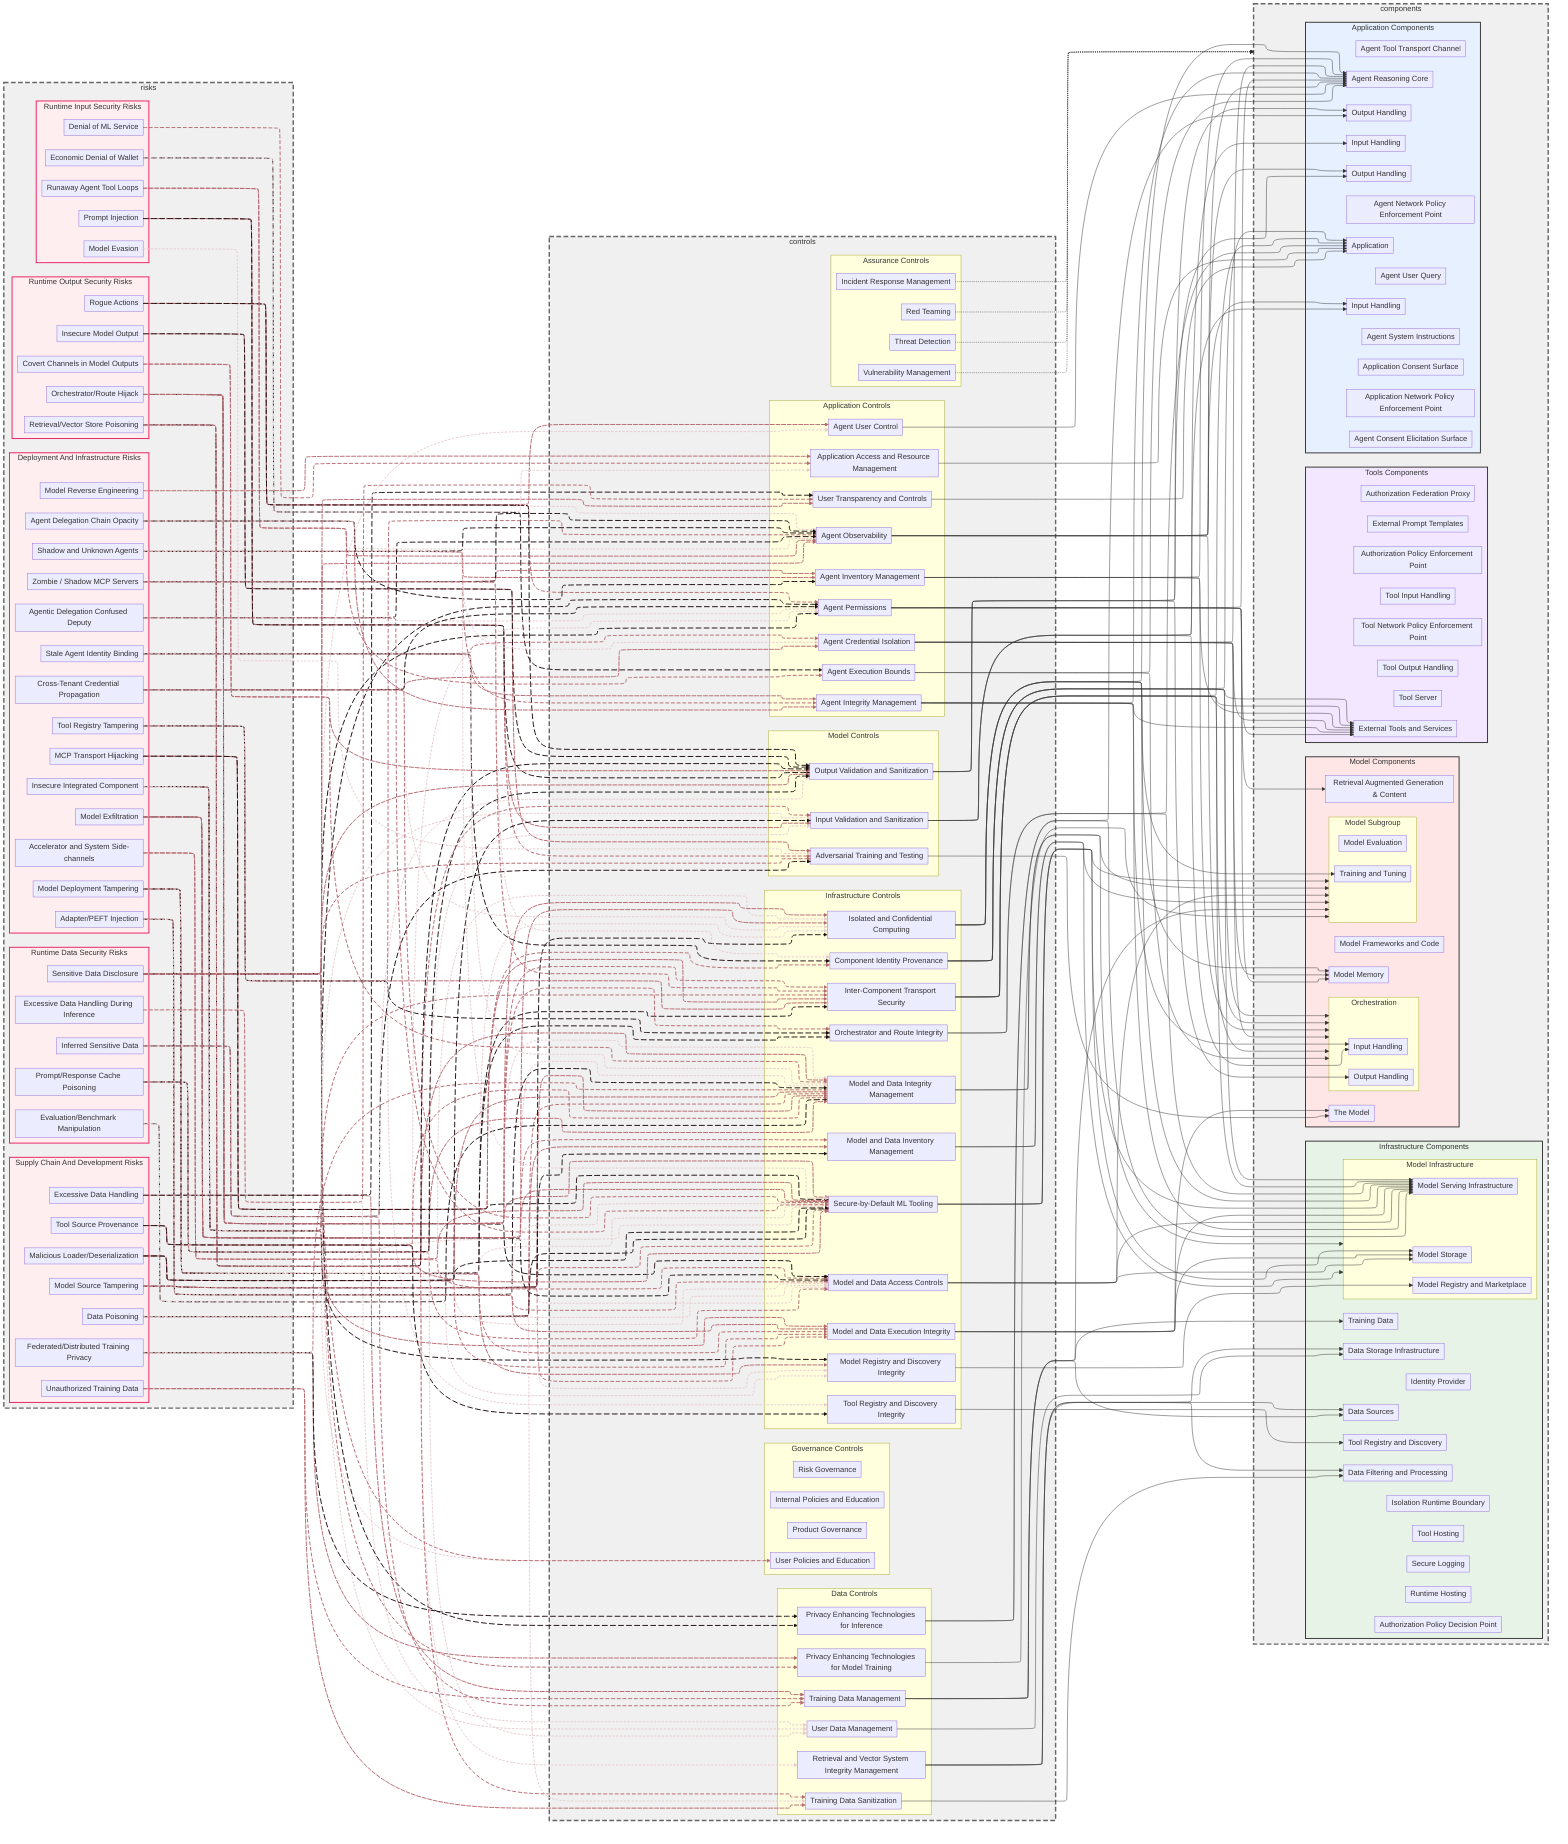
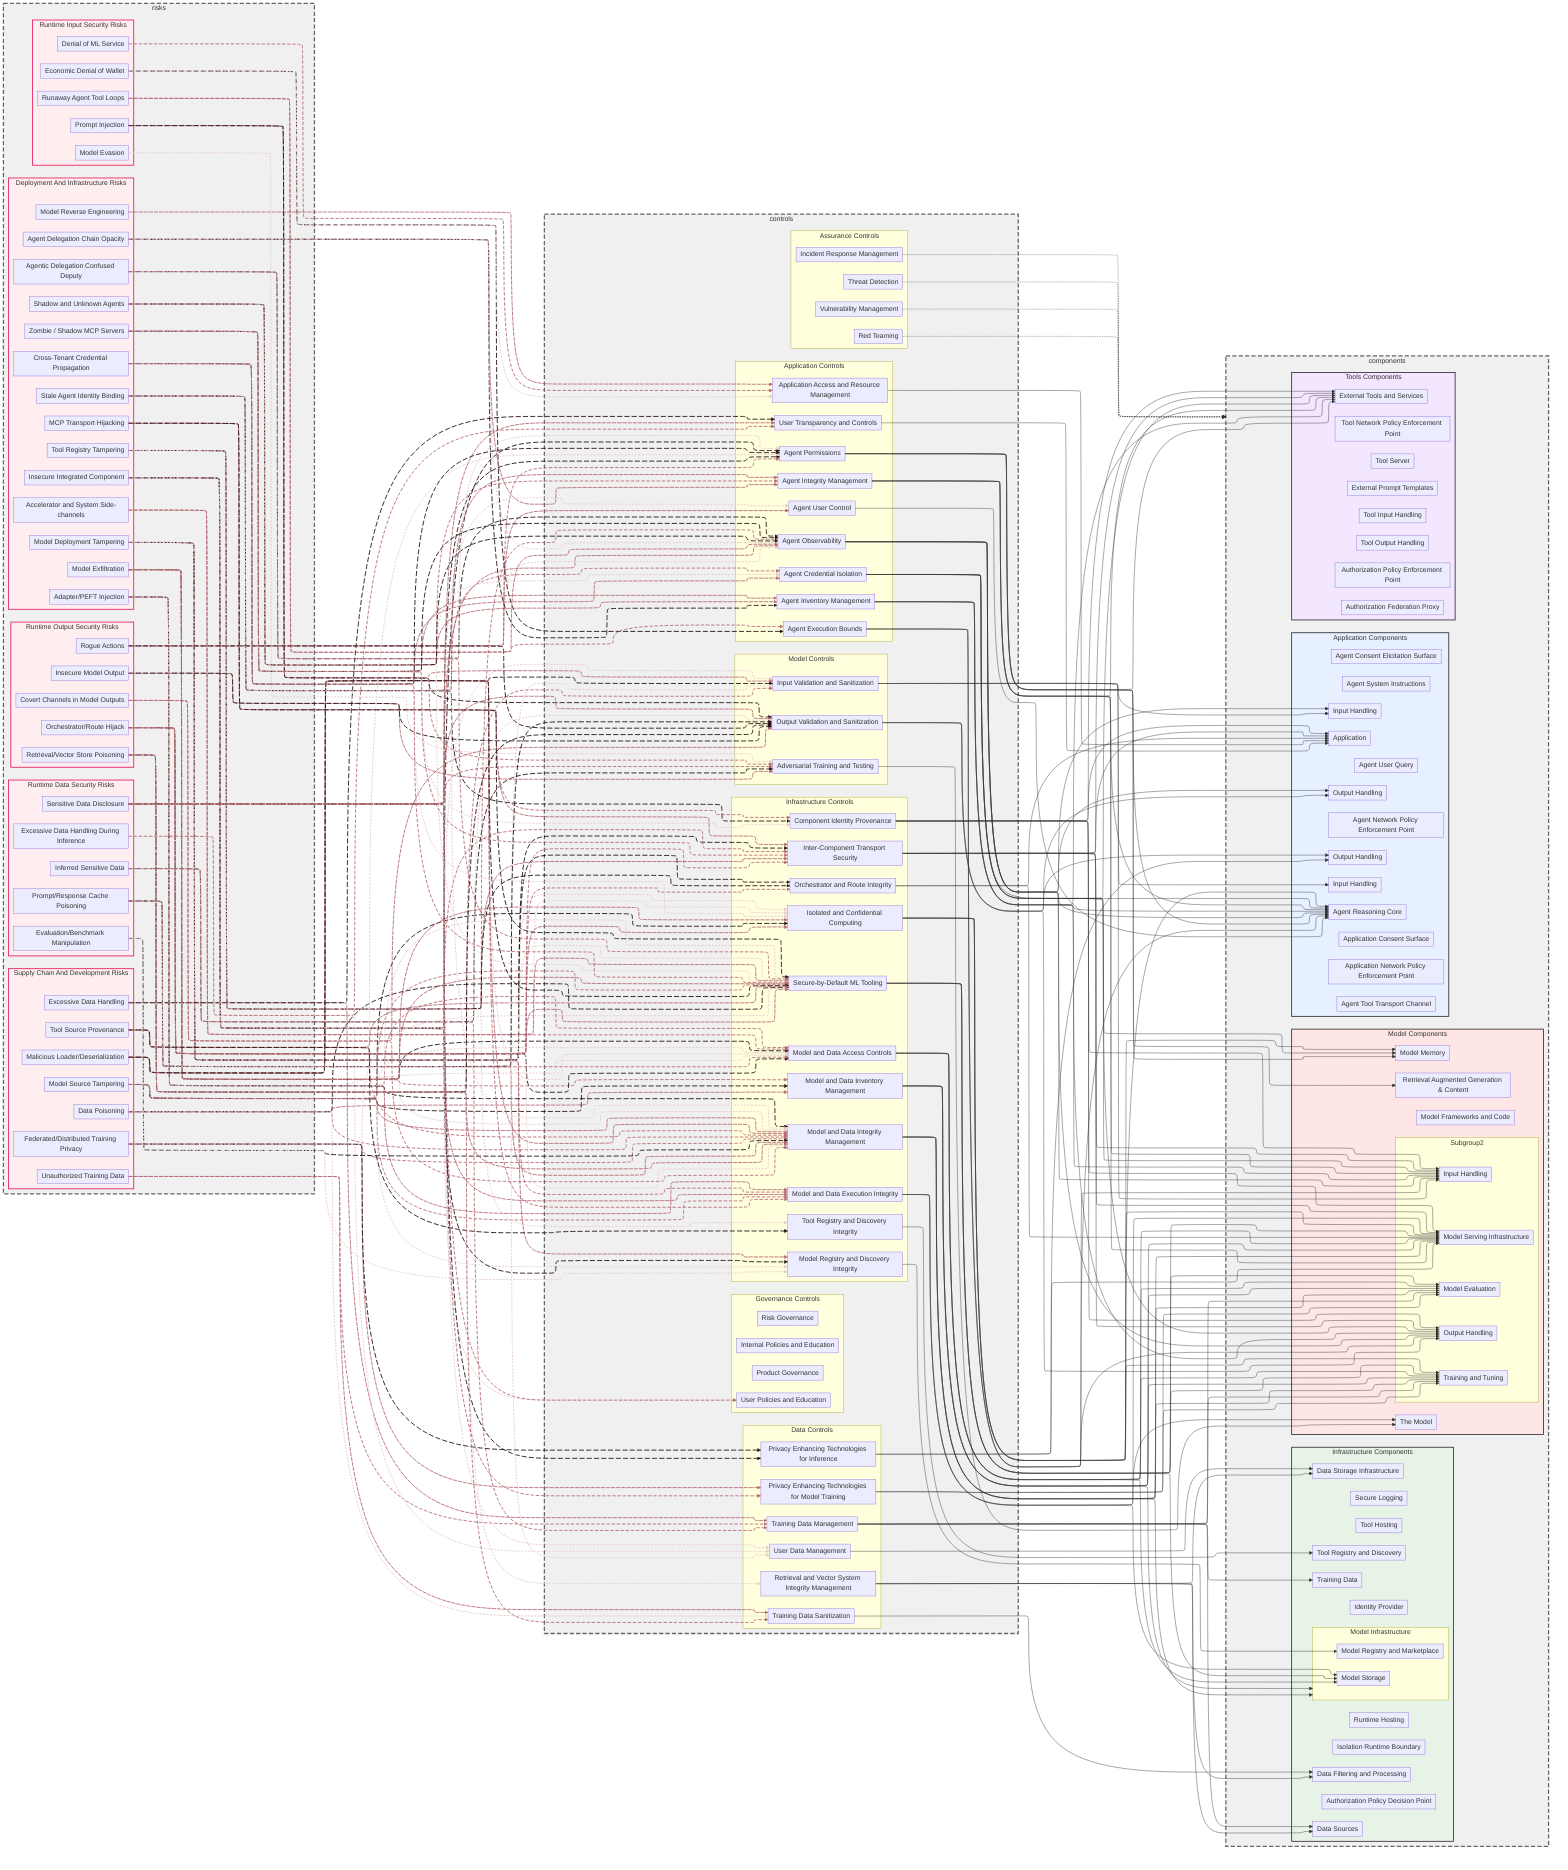
---
config:
  layout: elk
  elk:
    mergeEdges: True
    nodePlacementStrategy: NETWORK_SIMPLEX
---

graph LR
   %%{init: {'flowchart': {'nodeSpacing': 30, 'rankSpacing': 40, 'padding': 5, 'wrappingWidth': 250}}}%%
    classDef hidden display: none;
    classDef allControl stroke:#4285f4,stroke-width:2px,stroke-dasharray: 5 5

    subgraph risks
    subgraph risksSupplyChainAndDevelopment ["Supply Chain And Development Risks"]
        riskDataPoisoning[Data Poisoning]
        riskExcessiveDataHandling[Excessive Data Handling]
        riskFederatedDistributedTrainingPrivacy[Federated/Distributed Training Privacy]
        riskMaliciousLoaderDeserialization[Malicious Loader/Deserialization]
        riskModelSourceTampering[Model Source Tampering]
        riskToolSourceProvenance[Tool Source Provenance]
        riskUnauthorizedTrainingData[Unauthorized Training Data]
    end

    subgraph risksRuntimeDataSecurity ["Runtime Data Security Risks"]
        riskEvaluationBenchmarkManipulation[Evaluation/Benchmark Manipulation]
        riskExcessiveDataHandlingDuringInference[Excessive Data Handling During Inference]
        riskInferredSensitiveData[Inferred Sensitive Data]
        riskPromptResponseCachePoisoning[Prompt/Response Cache Poisoning]
        riskSensitiveDataDisclosure[Sensitive Data Disclosure]
    end

    subgraph risksDeploymentAndInfrastructure ["Deployment And Infrastructure Risks"]
        riskAcceleratorAndSystemSideChannels[Accelerator and System Side-channels]
        riskAdapterPEFTInjection[Adapter/PEFT Injection]
        riskAgentDelegationChainOpacity[Agent Delegation Chain Opacity]
        riskAgenticDelegationConfusedDeputy[Agentic Delegation Confused Deputy]
        riskCrossTenantCredentialPropagation[Cross-Tenant Credential Propagation]
        riskInsecureIntegratedComponent[Insecure Integrated Component]
        riskMCPTransportHijacking[MCP Transport Hijacking]
        riskModelDeploymentTampering[Model Deployment Tampering]
        riskModelExfiltration[Model Exfiltration]
        riskModelReverseEngineering[Model Reverse Engineering]
        riskShadowAndUnknownAgents[Shadow and Unknown Agents]
        riskStaleAgentIdentityBinding[Stale Agent Identity Binding]
        riskToolRegistryTampering[Tool Registry Tampering]
        riskZombieShadowMCPServers[Zombie / Shadow MCP Servers]
    end

    subgraph risksRuntimeInputSecurity ["Runtime Input Security Risks"]
        riskDenialOfMLService[Denial of ML Service]
        riskEconomicDenialOfWallet[Economic Denial of Wallet]
        riskModelEvasion[Model Evasion]
        riskPromptInjection[Prompt Injection]
        riskRunawayAgentToolLoops[Runaway Agent Tool Loops]
    end

    subgraph risksRuntimeOutputSecurity ["Runtime Output Security Risks"]
        riskCovertChannelsInModelOutputs[Covert Channels in Model Outputs]
        riskInsecureModelOutput[Insecure Model Output]
        riskOrchestratorRouteHijacking[Orchestrator/Route Hijack]
        riskRetrievalVectorStorePoisoning[Retrieval/Vector Store Poisoning]
        riskRogueActions[Rogue Actions]
    end

    end

    subgraph controls
    subgraph controlsData ["Data Controls"]
        controlModelPrivacyEnhancingTechnologies[Privacy Enhancing Technologies for Model Training]
        controlRetrievalAndVectorSystemIntegrity[Retrieval and Vector System Integrity Management]
        controlRuntimePrivacyEnhancingTechnologies[Privacy Enhancing Technologies for Inference]
        controlTrainingDataManagement[Training Data Management]
        controlTrainingDataSanitization[Training Data Sanitization]
        controlUserDataManagement[User Data Management]
    end

    subgraph controlsInfrastructure ["Infrastructure Controls"]
        controlComponentIdentityProvenance[Component Identity Provenance]
        controlInterComponentTransportSecurity[Inter-Component Transport Security]
        controlIsolatedConfidentialComputing[Isolated and Confidential Computing]
        controlModelAndDataAccessControls[Model and Data Access Controls]
        controlModelAndDataExecutionIntegrity[Model and Data Execution Integrity]
        controlModelAndDataIntegrityManagement[Model and Data Integrity Management]
        controlModelAndDataInventoryManagement[Model and Data Inventory Management]
        controlModelRegistryIntegrity[Model Registry and Discovery Integrity]
        controlOrchestratorAndRouteIntegrity[Orchestrator and Route Integrity]
        controlSecureByDefaultMLTooling[Secure-by-Default ML Tooling]
        controlToolRegistryAndDiscoveryIntegrity[Tool Registry and Discovery Integrity]
    end

    subgraph controlsModel ["Model Controls"]
        controlAdversarialTrainingAndTesting[Adversarial Training and Testing]
        controlInputValidationAndSanitization[Input Validation and Sanitization]
        controlOutputValidationAndSanitization[Output Validation and Sanitization]
    end

    subgraph controlsApplication ["Application Controls"]
        controlAgentCredentialIsolation[Agent Credential Isolation]
        controlAgentExecutionBounds[Agent Execution Bounds]
        controlAgentIntegrityManagement[Agent Integrity Management]
        controlAgentInventoryManagement[Agent Inventory Management]
        controlAgentObservability[Agent Observability]
        controlAgentPluginPermissions[Agent Permissions]
        controlAgentPluginUserControl[Agent User Control]
        controlApplicationAccessManagement[Application Access and Resource Management]
        controlUserTransparencyAndControls[User Transparency and Controls]
    end

    subgraph controlsAssurance ["Assurance Controls"]
        controlIncidentResponseManagement[Incident Response Management]
        controlRedTeaming[Red Teaming]
        controlThreatDetection[Threat Detection]
        controlVulnerabilityManagement[Vulnerability Management]
    end

    subgraph controlsGovernance ["Governance Controls"]
        direction LR
        controlInternalPoliciesAndEducation[Internal Policies and Education]
        controlProductGovernance[Product Governance]
        controlRiskGovernance[Risk Governance]
        controlUserPoliciesAndEducation[User Policies and Education]
    end

    end

    subgraph components
    subgraph componentsInfrastructure ["Infrastructure Components"]
        componentAuthorizationPolicyDecisionPoint[Authorization Policy Decision Point]
        componentDataFilteringAndProcessing[Data Filtering and Processing]
        componentDataSources[Data Sources]
        componentDataStorage[Data Storage Infrastructure]
        componentIdentityProvider[Identity Provider]
        componentIsolationRuntime[Isolation Runtime Boundary]
        componentRuntimeHosting[Runtime Hosting]
        componentSecureLogging[Secure Logging]
        componentToolHosting[Tool Hosting]
        componentToolRegistry[Tool Registry and Discovery]
        componentTrainingData[Training Data]
        subgraph componentsModelInfrastructure ["Model Infrastructure"]
            componentModelRegistry[Model Registry and Marketplace]
-             componentModelServing[Model Serving Infrastructure]
            componentModelStorage[Model Storage]
        end
    end

    subgraph componentsModel ["Model Components"]
        componentMemory[Model Memory]
        componentModelFrameworksAndCode[Model Frameworks and Code]
        componentRAGContent[Retrieval Augmented Generation & Content]
        componentTheModel[The Model]
-         subgraph componentsModelSubgroup ["Model Subgroup"]
+         subgraph componentsSubgroup2 ["Subgroup2"]
            componentModelEvaluation[Model Evaluation]
+             componentModelServing[Model Serving Infrastructure]
            componentModelTrainingTuning[Training and Tuning]
-         end
-         subgraph componentsOrchestration ["Orchestration"]
            componentOrchestrationInputHandling[Input Handling]
            componentOrchestrationOutputHandling[Output Handling]
        end
    end

    subgraph componentsApplication ["Application Components"]
        componentAgentConsentSurface[Agent Consent Elicitation Surface]
        componentAgentInputHandling[Input Handling]
        componentAgentNetworkPolicyEnforcementPoint[Agent Network Policy Enforcement Point]
        componentAgentOutputHandling[Output Handling]
        componentAgentSystemInstruction[Agent System Instructions]
        componentAgentToolTransport[Agent Tool Transport Channel]
        componentAgentUserQuery[Agent User Query]
        componentApplication[Application]
        componentApplicationConsentSurface[Application Consent Surface]
        componentApplicationInputHandling[Input Handling]
        componentApplicationNetworkPolicyEnforcementPoint[Application Network Policy Enforcement Point]
        componentApplicationOutputHandling[Output Handling]
        componentReasoningCore[Agent Reasoning Core]
    end

    subgraph componentsTools ["Tools Components"]
        componentAuthorizationPolicyEnforcementPoint[Authorization Policy Enforcement Point]
        componentExternalPromptTemplate[External Prompt Templates]
        componentFederationProxy[Authorization Federation Proxy]
        componentToolInputHandling[Tool Input Handling]
        componentToolNetworkPolicyEnforcementPoint[Tool Network Policy Enforcement Point]
        componentToolOutputHandling[Tool Output Handling]
        componentToolServer[Tool Server]
        componentTools[External Tools and Services]
    end

    end

    %% Risk to Control relationships
    riskDataPoisoning --> controlModelAndDataAccessControls
    riskDataPoisoning --> controlModelAndDataIntegrityManagement
    riskDataPoisoning --> controlModelAndDataInventoryManagement
    riskDataPoisoning --> controlSecureByDefaultMLTooling
    riskDataPoisoning --> controlTrainingDataSanitization
    riskUnauthorizedTrainingData --> controlTrainingDataManagement
    riskUnauthorizedTrainingData --> controlTrainingDataSanitization
    riskModelSourceTampering --> controlIsolatedConfidentialComputing
    riskModelSourceTampering --> controlModelAndDataAccessControls
    riskModelSourceTampering --> controlModelAndDataExecutionIntegrity
    riskModelSourceTampering --> controlModelAndDataIntegrityManagement
    riskModelSourceTampering --> controlModelAndDataInventoryManagement
    riskModelSourceTampering --> controlModelRegistryIntegrity
    riskModelSourceTampering --> controlSecureByDefaultMLTooling
    riskExcessiveDataHandling --> controlTrainingDataManagement
    riskExcessiveDataHandling --> controlUserTransparencyAndControls
    riskExcessiveDataHandlingDuringInference --> controlUserDataManagement
    riskExcessiveDataHandlingDuringInference --> controlUserTransparencyAndControls
    riskModelExfiltration --> controlIsolatedConfidentialComputing
    riskModelExfiltration --> controlModelAndDataAccessControls
    riskModelExfiltration --> controlModelAndDataIntegrityManagement
    riskModelExfiltration --> controlModelAndDataInventoryManagement
    riskModelExfiltration --> controlSecureByDefaultMLTooling
    riskModelDeploymentTampering --> controlInterComponentTransportSecurity
    riskModelDeploymentTampering --> controlIsolatedConfidentialComputing
    riskModelDeploymentTampering --> controlModelAndDataExecutionIntegrity
    riskModelDeploymentTampering --> controlModelRegistryIntegrity
    riskModelDeploymentTampering --> controlOrchestratorAndRouteIntegrity
    riskModelDeploymentTampering --> controlSecureByDefaultMLTooling
    riskDenialOfMLService --> controlApplicationAccessManagement
    riskModelReverseEngineering --> controlApplicationAccessManagement
    riskInsecureIntegratedComponent --> controlAgentPluginPermissions
    riskInsecureIntegratedComponent --> controlInputValidationAndSanitization
    riskInsecureIntegratedComponent --> controlInterComponentTransportSecurity
    riskInsecureIntegratedComponent --> controlModelAndDataExecutionIntegrity
    riskInsecureIntegratedComponent --> controlModelRegistryIntegrity
    riskInsecureIntegratedComponent --> controlUserPoliciesAndEducation
    riskPromptInjection --> controlAdversarialTrainingAndTesting
    riskPromptInjection --> controlInputValidationAndSanitization
    riskPromptInjection --> controlOutputValidationAndSanitization
    riskModelEvasion --> controlAdversarialTrainingAndTesting
    riskSensitiveDataDisclosure --> controlAdversarialTrainingAndTesting
    riskSensitiveDataDisclosure --> controlAgentObservability
    riskSensitiveDataDisclosure --> controlAgentPluginPermissions
    riskSensitiveDataDisclosure --> controlAgentPluginUserControl
    riskSensitiveDataDisclosure --> controlModelPrivacyEnhancingTechnologies
    riskSensitiveDataDisclosure --> controlOutputValidationAndSanitization
    riskSensitiveDataDisclosure --> controlRuntimePrivacyEnhancingTechnologies
    riskSensitiveDataDisclosure --> controlUserDataManagement
    riskSensitiveDataDisclosure --> controlUserPoliciesAndEducation
    riskSensitiveDataDisclosure --> controlUserTransparencyAndControls
    riskInferredSensitiveData --> controlAdversarialTrainingAndTesting
    riskInferredSensitiveData --> controlOutputValidationAndSanitization
    riskInferredSensitiveData --> controlTrainingDataManagement
    riskInsecureModelOutput --> controlAdversarialTrainingAndTesting
    riskInsecureModelOutput --> controlOutputValidationAndSanitization
    riskRogueActions --> controlAgentObservability
    riskRogueActions --> controlAgentPluginPermissions
    riskRogueActions --> controlAgentPluginUserControl
    riskRogueActions --> controlOutputValidationAndSanitization
    riskAcceleratorAndSystemSideChannels --> controlIsolatedConfidentialComputing
    riskAcceleratorAndSystemSideChannels --> controlModelAndDataAccessControls
    riskAcceleratorAndSystemSideChannels --> controlSecureByDefaultMLTooling
    riskEconomicDenialOfWallet --> controlAgentExecutionBounds
    riskEconomicDenialOfWallet --> controlApplicationAccessManagement
    riskFederatedDistributedTrainingPrivacy --> controlModelAndDataIntegrityManagement
    riskFederatedDistributedTrainingPrivacy --> controlModelPrivacyEnhancingTechnologies
    riskFederatedDistributedTrainingPrivacy --> controlRuntimePrivacyEnhancingTechnologies
    riskFederatedDistributedTrainingPrivacy --> controlSecureByDefaultMLTooling
    riskAdapterPEFTInjection --> controlModelAndDataAccessControls
    riskAdapterPEFTInjection --> controlModelAndDataExecutionIntegrity
    riskAdapterPEFTInjection --> controlModelAndDataIntegrityManagement
    riskAdapterPEFTInjection --> controlSecureByDefaultMLTooling
    riskToolRegistryTampering --> controlAgentObservability
    riskToolRegistryTampering --> controlInterComponentTransportSecurity
    riskToolRegistryTampering --> controlOrchestratorAndRouteIntegrity
    riskToolRegistryTampering --> controlToolRegistryAndDiscoveryIntegrity
    riskOrchestratorRouteHijacking --> controlInterComponentTransportSecurity
    riskOrchestratorRouteHijacking --> controlIsolatedConfidentialComputing
    riskOrchestratorRouteHijacking --> controlModelAndDataAccessControls
    riskOrchestratorRouteHijacking --> controlModelAndDataIntegrityManagement
    riskOrchestratorRouteHijacking --> controlOrchestratorAndRouteIntegrity
    riskOrchestratorRouteHijacking --> controlSecureByDefaultMLTooling
    riskEvaluationBenchmarkManipulation --> controlModelAndDataIntegrityManagement
    riskEvaluationBenchmarkManipulation --> controlModelRegistryIntegrity
    riskCovertChannelsInModelOutputs --> controlModelAndDataIntegrityManagement
    riskCovertChannelsInModelOutputs --> controlOutputValidationAndSanitization
    riskMaliciousLoaderDeserialization --> controlInputValidationAndSanitization
    riskMaliciousLoaderDeserialization --> controlModelAndDataAccessControls
    riskMaliciousLoaderDeserialization --> controlModelAndDataExecutionIntegrity
    riskMaliciousLoaderDeserialization --> controlModelAndDataIntegrityManagement
    riskMaliciousLoaderDeserialization --> controlSecureByDefaultMLTooling
    riskToolSourceProvenance --> controlAgentPluginPermissions
    riskToolSourceProvenance --> controlModelAndDataIntegrityManagement
    riskToolSourceProvenance --> controlSecureByDefaultMLTooling
    riskToolSourceProvenance --> controlToolRegistryAndDiscoveryIntegrity
    riskPromptResponseCachePoisoning --> controlInputValidationAndSanitization
    riskPromptResponseCachePoisoning --> controlModelAndDataAccessControls
    riskPromptResponseCachePoisoning --> controlModelAndDataIntegrityManagement
    riskPromptResponseCachePoisoning --> controlOutputValidationAndSanitization
    riskPromptResponseCachePoisoning --> controlUserDataManagement
    riskRetrievalVectorStorePoisoning --> controlInputValidationAndSanitization
    riskRetrievalVectorStorePoisoning --> controlModelAndDataIntegrityManagement
    riskRetrievalVectorStorePoisoning --> controlOutputValidationAndSanitization
    riskRetrievalVectorStorePoisoning --> controlRetrievalAndVectorSystemIntegrity
    riskRetrievalVectorStorePoisoning --> controlTrainingDataSanitization
    riskAgentDelegationChainOpacity --> controlAgentIntegrityManagement
    riskAgentDelegationChainOpacity --> controlAgentInventoryManagement
    riskAgentDelegationChainOpacity --> controlAgentObservability
    riskStaleAgentIdentityBinding --> controlAgentCredentialIsolation
    riskStaleAgentIdentityBinding --> controlAgentIntegrityManagement
    riskStaleAgentIdentityBinding --> controlComponentIdentityProvenance
    riskStaleAgentIdentityBinding --> controlModelAndDataIntegrityManagement
    riskMCPTransportHijacking --> controlComponentIdentityProvenance
    riskMCPTransportHijacking --> controlInterComponentTransportSecurity
    riskMCPTransportHijacking --> controlSecureByDefaultMLTooling
    riskShadowAndUnknownAgents --> controlAgentCredentialIsolation
    riskShadowAndUnknownAgents --> controlAgentIntegrityManagement
    riskShadowAndUnknownAgents --> controlAgentInventoryManagement
    riskShadowAndUnknownAgents --> controlAgentObservability
    riskShadowAndUnknownAgents --> controlSecureByDefaultMLTooling
    riskRunawayAgentToolLoops --> controlAgentExecutionBounds
    riskRunawayAgentToolLoops --> controlAgentObservability
    riskAgenticDelegationConfusedDeputy --> controlAgentObservability
    riskAgenticDelegationConfusedDeputy --> controlAgentPluginPermissions
    riskAgenticDelegationConfusedDeputy --> controlSecureByDefaultMLTooling
    riskCrossTenantCredentialPropagation --> controlAgentCredentialIsolation
    riskCrossTenantCredentialPropagation --> controlAgentPluginPermissions
    riskCrossTenantCredentialPropagation --> controlIsolatedConfidentialComputing
    riskCrossTenantCredentialPropagation --> controlSecureByDefaultMLTooling
    riskZombieShadowMCPServers --> controlAgentInventoryManagement
    riskZombieShadowMCPServers --> controlAgentObservability
    riskZombieShadowMCPServers --> controlComponentIdentityProvenance
    riskZombieShadowMCPServers --> controlInterComponentTransportSecurity

    %% Control to Component relationships (reused from ControlGraph)
-     controlModelPrivacyEnhancingTechnologies --> componentsModelSubgroup
+     controlModelPrivacyEnhancingTechnologies --> componentModelEvaluation
+     controlModelPrivacyEnhancingTechnologies --> componentModelTrainingTuning
    controlRuntimePrivacyEnhancingTechnologies --> componentApplicationOutputHandling
    controlRuntimePrivacyEnhancingTechnologies --> componentModelServing
    controlTrainingDataManagement --> componentDataSources
+     controlTrainingDataManagement --> componentModelEvaluation
+     controlTrainingDataManagement --> componentModelTrainingTuning
    controlTrainingDataManagement --> componentTrainingData
-     controlTrainingDataManagement --> componentsModelSubgroup
    controlTrainingDataSanitization --> componentDataFilteringAndProcessing
    controlUserDataManagement --> componentDataStorage
+     controlModelAndDataInventoryManagement --> componentModelEvaluation
+     controlModelAndDataInventoryManagement --> componentModelServing
+     controlModelAndDataInventoryManagement --> componentModelTrainingTuning
    controlModelAndDataInventoryManagement --> componentsModelInfrastructure
-     controlModelAndDataInventoryManagement --> componentsModelSubgroup
+     controlModelAndDataAccessControls --> componentModelEvaluation
    controlModelAndDataAccessControls --> componentModelServing
    controlModelAndDataAccessControls --> componentModelStorage
-     controlModelAndDataAccessControls --> componentsModelSubgroup
+     controlModelAndDataAccessControls --> componentModelTrainingTuning
+     controlModelAndDataIntegrityManagement --> componentModelEvaluation
+     controlModelAndDataIntegrityManagement --> componentModelServing
+     controlModelAndDataIntegrityManagement --> componentModelTrainingTuning
    controlModelAndDataIntegrityManagement --> componentsModelInfrastructure
-     controlModelAndDataIntegrityManagement --> componentsModelSubgroup
    controlModelAndDataExecutionIntegrity --> componentModelServing
    controlModelAndDataExecutionIntegrity --> componentModelStorage
    controlModelAndDataExecutionIntegrity --> componentTheModel
+     controlSecureByDefaultMLTooling --> componentModelEvaluation
    controlSecureByDefaultMLTooling --> componentModelServing
    controlSecureByDefaultMLTooling --> componentModelStorage
-     controlSecureByDefaultMLTooling --> componentsModelSubgroup
+     controlSecureByDefaultMLTooling --> componentModelTrainingTuning
    controlInputValidationAndSanitization --> componentAgentInputHandling
    controlInputValidationAndSanitization --> componentApplicationInputHandling
    controlInputValidationAndSanitization --> componentOrchestrationInputHandling
    controlOutputValidationAndSanitization --> componentAgentOutputHandling
    controlOutputValidationAndSanitization --> componentApplicationOutputHandling
    controlOutputValidationAndSanitization --> componentOrchestrationOutputHandling
    controlAdversarialTrainingAndTesting --> componentTheModel
    controlApplicationAccessManagement --> componentApplication
    controlUserTransparencyAndControls --> componentApplication
    controlAgentPluginUserControl --> componentReasoningCore
    controlAgentPluginPermissions --> componentMemory
    controlAgentPluginPermissions --> componentRAGContent
    controlAgentPluginPermissions --> componentReasoningCore
    controlAgentPluginPermissions --> componentTools
    controlRedTeaming -.-> components
    controlVulnerabilityManagement -.-> components
    controlThreatDetection -.-> components
    controlIncidentResponseManagement -.-> components
    controlAgentObservability --> componentAgentInputHandling
    controlAgentObservability --> componentAgentOutputHandling
+     controlAgentObservability --> componentOrchestrationInputHandling
+     controlAgentObservability --> componentOrchestrationOutputHandling
    controlAgentObservability --> componentReasoningCore
-     controlAgentObservability --> componentsOrchestration
    controlIsolatedConfidentialComputing --> componentMemory
    controlIsolatedConfidentialComputing --> componentModelServing
    controlIsolatedConfidentialComputing --> componentModelTrainingTuning
    controlIsolatedConfidentialComputing --> componentReasoningCore
    controlRetrievalAndVectorSystemIntegrity --> componentDataFilteringAndProcessing
    controlRetrievalAndVectorSystemIntegrity --> componentDataSources
    controlRetrievalAndVectorSystemIntegrity --> componentDataStorage
    controlOrchestratorAndRouteIntegrity --> componentApplication
    controlOrchestratorAndRouteIntegrity --> componentModelServing
+     controlAgentInventoryManagement --> componentOrchestrationInputHandling
+     controlAgentInventoryManagement --> componentOrchestrationOutputHandling
    controlAgentInventoryManagement --> componentReasoningCore
    controlAgentInventoryManagement --> componentTools
-     controlAgentInventoryManagement --> componentsOrchestration
    controlAgentIntegrityManagement --> componentModelServing
    controlAgentIntegrityManagement --> componentOrchestrationInputHandling
    controlAgentIntegrityManagement --> componentReasoningCore
    controlAgentIntegrityManagement --> componentTools
    controlAgentCredentialIsolation --> componentMemory
+     controlAgentCredentialIsolation --> componentOrchestrationInputHandling
+     controlAgentCredentialIsolation --> componentOrchestrationOutputHandling
    controlAgentCredentialIsolation --> componentReasoningCore
    controlAgentCredentialIsolation --> componentTools
-     controlAgentCredentialIsolation --> componentsOrchestration
    controlInterComponentTransportSecurity --> componentApplication
    controlInterComponentTransportSecurity --> componentModelServing
+     controlInterComponentTransportSecurity --> componentOrchestrationInputHandling
+     controlInterComponentTransportSecurity --> componentOrchestrationOutputHandling
    controlInterComponentTransportSecurity --> componentTools
-     controlInterComponentTransportSecurity --> componentsOrchestration
    controlComponentIdentityProvenance --> componentApplication
    controlComponentIdentityProvenance --> componentModelServing
+     controlComponentIdentityProvenance --> componentOrchestrationInputHandling
+     controlComponentIdentityProvenance --> componentOrchestrationOutputHandling
    controlComponentIdentityProvenance --> componentTools
-     controlComponentIdentityProvenance --> componentsOrchestration
+     controlAgentExecutionBounds --> componentOrchestrationInputHandling
+     controlAgentExecutionBounds --> componentOrchestrationOutputHandling
    controlAgentExecutionBounds --> componentReasoningCore
-     controlAgentExecutionBounds --> componentsOrchestration
    controlModelRegistryIntegrity --> componentModelRegistry
    controlToolRegistryAndDiscoveryIntegrity --> componentToolRegistry

    %% Edge styling
    linkStyle 0,4,8,12,16,20,24,28,32,36,40,44,48,52,56,60,64,68,72,76,80,84,88,92,96,100,104,108,112,116,120,124,128,132 stroke:#e6cbce,stroke-width:2px,stroke-dasharray: 5 3
    linkStyle 1,5,9,13,17,21,25,29,33,37,41,45,49,53,57,61,65,69,73,77,81,85,89,93,97,101,105,109,113,117,121,125,129,133 stroke:#b66871,stroke-width:2px,stroke-dasharray: 8 4
    linkStyle 2,6,10,14,18,22,26,30,34,38,42,46,50,54,58,62,66,70,74,78,82,86,90,94,98,102,106,110,114,118,122,126,130 stroke:#b66871,stroke-width:2px,stroke-dasharray: 10 2
    linkStyle 3,7,11,15,19,23,27,31,35,39,43,47,51,55,59,63,67,71,75,79,83,87,91,95,99,103,107,111,115,119,123,127,131 stroke:#1c0d0f,stroke-width:2px,stroke-dasharray: 12 5

%% Node style definitions
    style risksSupplyChainAndDevelopment fill:#ffeef0,stroke:#e91e63,stroke-width:2px
    style risksRuntimeDataSecurity fill:#ffeef0,stroke:#e91e63,stroke-width:2px
    style risksDeploymentAndInfrastructure fill:#ffeef0,stroke:#e91e63,stroke-width:2px
    style risksRuntimeInputSecurity fill:#ffeef0,stroke:#e91e63,stroke-width:2px
    style risksRuntimeOutputSecurity fill:#ffeef0,stroke:#e91e63,stroke-width:2px
    style components fill:#f0f0f0,stroke:#666666,stroke-width:3px,stroke-dasharray: 10 5
    style controls fill:#f0f0f0,stroke:#666666,stroke-width:3px,stroke-dasharray: 10 5
    style risks fill:#f0f0f0,stroke:#666666,stroke-width:3px,stroke-dasharray: 10 5
    style componentsInfrastructure fill:#e6f3e6,stroke:#333333,stroke-width:2px
    style componentsApplication fill:#e6f0ff,stroke:#333333,stroke-width:2px
    style componentsModel fill:#ffe6e6,stroke:#333333,stroke-width:2px
    style componentsTools fill:#f3e6ff,stroke:#333333,stroke-width:2px
